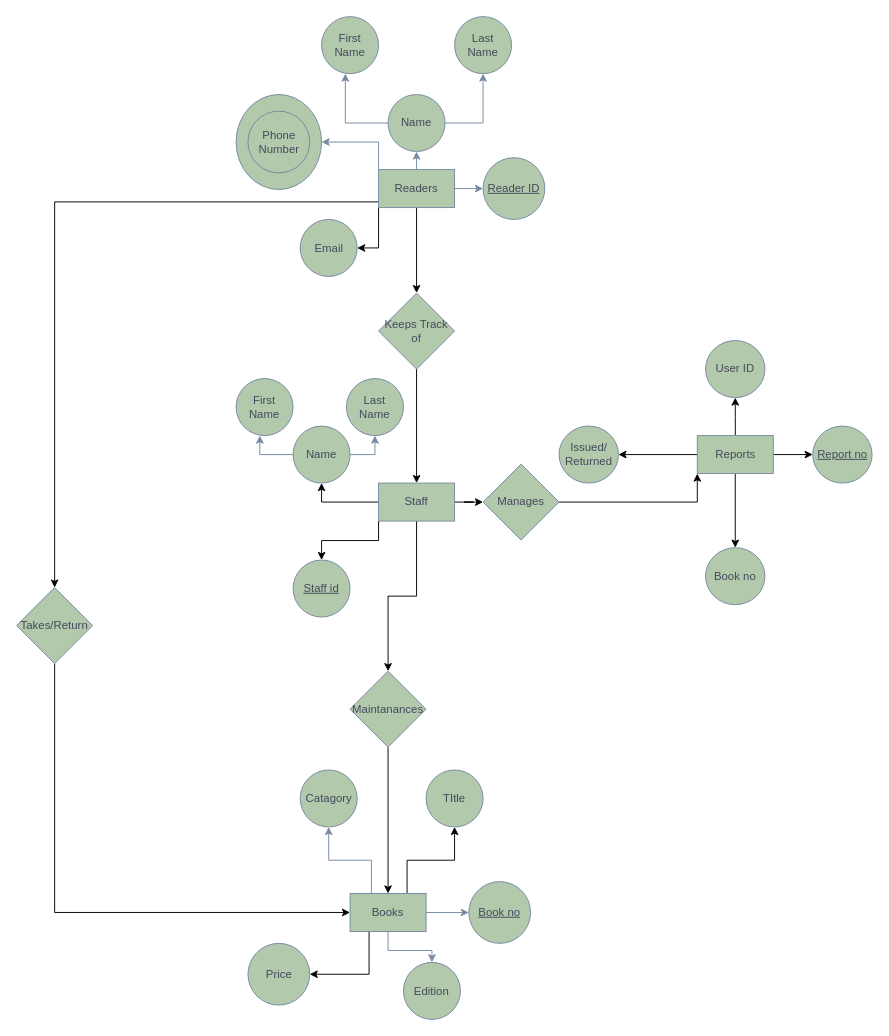
Before: DBMS Library Management System.drawio in Milkeybear14/DBMS-Assignment, a draw.io diagram. Source tidied: cells renumbered, new cells numbered last; positions are measured from the earlier drawing's top-left corner, leaving out a move shared by most shapes. Both pictures are drawn from the tidied source at 95%, with x=0, y=0 at pixel (16, 16).
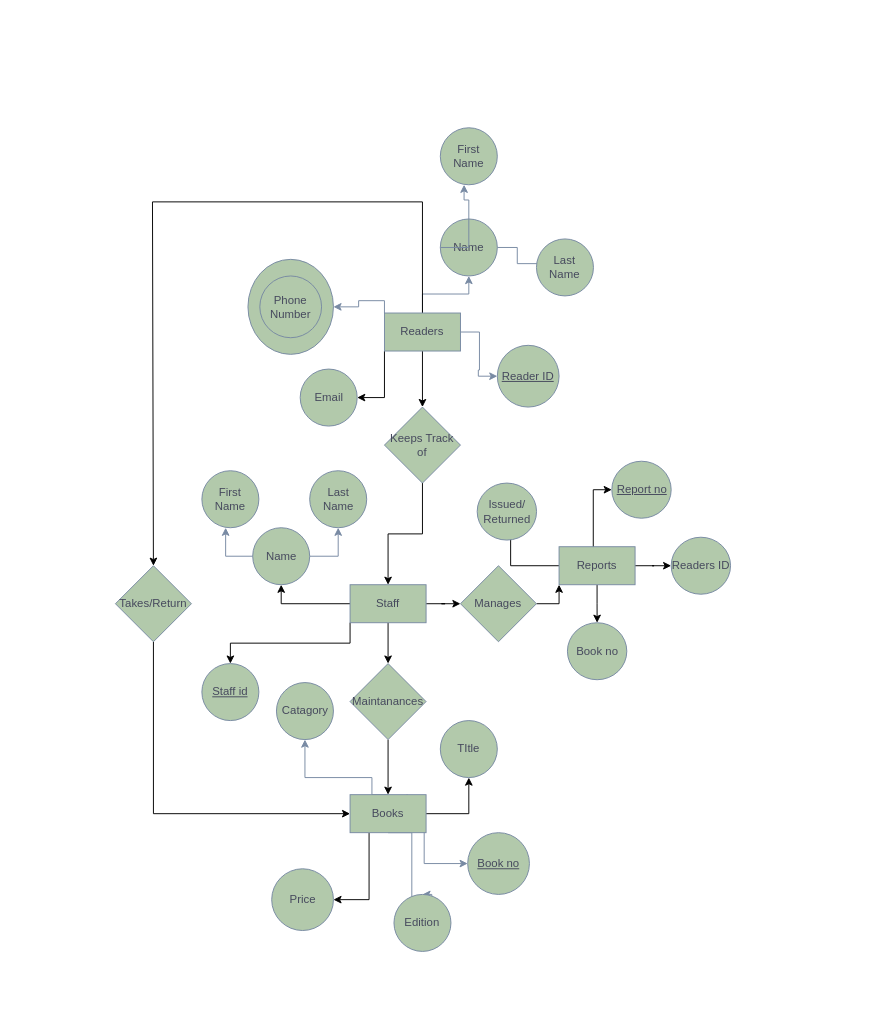
The same page after the edit.

Change to the diagram source:
```diff
@@
     <mxCell id="4" style="edgeStyle=orthogonalEdgeStyle;rounded=0;jettySize=auto;html=1;exitX=0;exitY=0;exitDx=0;exitDy=0;entryX=1;entryY=0.5;entryDx=0;entryDy=0;labelBackgroundColor=none;strokeColor=#788AA3;fontColor=default;" parent="1" edge="1" source="8" target="11">
-      <mxGeometry relative="1" as="geometry" />
+      <mxGeometry relative="1" as="geometry">
+        <Array as="points">
+          <mxPoint x="387" y="299" />
+          <mxPoint x="360" y="299" />
+          <mxPoint x="360" y="306" />
+        </Array>
+      </mxGeometry>
     </mxCell>
@@
     <mxCell id="7" style="edgeStyle=orthogonalEdgeStyle;rounded=0;jettySize=auto;html=1;entryX=1;entryY=0.5;entryDx=0;entryDy=0;" parent="1" edge="1" source="8" target="58">
       <mxGeometry relative="1" as="geometry">
         <Array as="points">
-          <mxPoint x="40" y="195" />
+          <mxPoint x="427" y="195" />
+          <mxPoint x="143" y="195" />
+          <mxPoint x="143" y="578" />
         </Array>
       </mxGeometry>
     </mxCell>
     <mxCell id="8" value="Readers" style="rounded=0;whiteSpace=wrap;html=1;labelBackgroundColor=none;fillColor=#B2C9AB;strokeColor=#788AA3;fontColor=#46495D;" parent="1" vertex="1">
-      <mxGeometry x="381" y="161" width="80" height="40" as="geometry" />
+      <mxGeometry x="387.2" y="312" width="80" height="40" as="geometry" />
     </mxCell>
     <mxCell id="9" value="Email" style="ellipse;whiteSpace=wrap;html=1;labelBackgroundColor=none;fillColor=#B2C9AB;strokeColor=#788AA3;fontColor=#46495D;" parent="1" vertex="1">
-      <mxGeometry x="298.5" y="213.5" width="60" height="60" as="geometry" />
+      <mxGeometry x="298.5" y="371" width="60" height="60" as="geometry" />
     </mxCell>
     <mxCell id="10" value="&lt;u&gt;Reader ID&lt;/u&gt;" style="ellipse;whiteSpace=wrap;html=1;labelBackgroundColor=none;fillColor=#B2C9AB;strokeColor=#788AA3;fontColor=#46495D;" parent="1" vertex="1">
-      <mxGeometry x="491" y="148.5" width="65" height="65" as="geometry" />
+      <mxGeometry x="506" y="346" width="65" height="65" as="geometry" />
     </mxCell>
     <mxCell id="11" style="ellipse;whiteSpace=wrap;html=1;labelBackgroundColor=none;fillColor=#B2C9AB;strokeColor=#788AA3;fontColor=#46495D;" parent="1" vertex="1">
-      <mxGeometry x="231" y="82" width="90" height="100" as="geometry" />
+      <mxGeometry x="243.5" y="255.5" width="90" height="100" as="geometry" />
     </mxCell>
     <mxCell id="12" style="edgeStyle=orthogonalEdgeStyle;rounded=0;jettySize=auto;html=1;exitX=1;exitY=0.5;exitDx=0;exitDy=0;entryX=0.5;entryY=1;entryDx=0;entryDy=0;labelBackgroundColor=none;strokeColor=#788AA3;fontColor=default;" parent="1" edge="1" source="13" target="15">
-      <mxGeometry relative="1" as="geometry" />
+      <mxGeometry relative="1" as="geometry">
+        <Array as="points">
+          <mxPoint x="527" y="243" />
+          <mxPoint x="527" y="260" />
+          <mxPoint x="577" y="260" />
+        </Array>
+      </mxGeometry>
     </mxCell>
     <mxCell id="13" value="Name" style="ellipse;whiteSpace=wrap;html=1;labelBackgroundColor=none;fillColor=#B2C9AB;strokeColor=#788AA3;fontColor=#46495D;" parent="1" vertex="1">
-      <mxGeometry x="391" y="82" width="60" height="60" as="geometry" />
+      <mxGeometry x="446" y="213" width="60" height="60" as="geometry" />
     </mxCell>
     <mxCell id="14" value="First Name" style="ellipse;whiteSpace=wrap;html=1;labelBackgroundColor=none;fillColor=#B2C9AB;strokeColor=#788AA3;fontColor=#46495D;" parent="1" vertex="1">
-      <mxGeometry x="321" width="60" height="60" as="geometry" />
+      <mxGeometry x="446" y="117" width="60" height="60" as="geometry" />
     </mxCell>
     <mxCell id="15" value="Last Name" style="ellipse;whiteSpace=wrap;html=1;labelBackgroundColor=none;fillColor=#B2C9AB;strokeColor=#788AA3;fontColor=#46495D;" parent="1" vertex="1">
-      <mxGeometry x="461" width="60" height="60" as="geometry" />
+      <mxGeometry x="547.2" y="234" width="60" height="60" as="geometry" />
     </mxCell>
     <mxCell id="16" style="edgeStyle=orthogonalEdgeStyle;rounded=0;jettySize=auto;html=1;exitX=0;exitY=0.5;exitDx=0;exitDy=0;entryX=0.417;entryY=1;entryDx=0;entryDy=0;entryPerimeter=0;labelBackgroundColor=none;strokeColor=#788AA3;fontColor=default;" parent="1" edge="1" source="13" target="14">
-      <mxGeometry relative="1" as="geometry" />
+      <mxGeometry relative="1" as="geometry">
+        <Array as="points">
+          <mxPoint x="476" y="243" />
+          <mxPoint x="476" y="193" />
+          <mxPoint x="471" y="193" />
+        </Array>
+      </mxGeometry>
     </mxCell>
     <mxCell id="17" value="Phone Number" style="ellipse;whiteSpace=wrap;html=1;labelBackgroundColor=none;fillColor=#B2C9AB;strokeColor=#788AA3;fontColor=#46495D;" parent="1" vertex="1">
-      <mxGeometry x="243.5" y="99.5" width="65" height="65" as="geometry" />
+      <mxGeometry x="256" y="273" width="65" height="65" as="geometry" />
     </mxCell>
@@
     <mxCell id="19" style="edgeStyle=orthogonalEdgeStyle;rounded=0;jettySize=auto;html=1;exitX=0.5;exitY=0;exitDx=0;exitDy=0;entryX=0.5;entryY=1;entryDx=0;entryDy=0;labelBackgroundColor=none;strokeColor=#788AA3;fontColor=default;" parent="1" edge="1" source="24" target="27">
       <mxGeometry relative="1" as="geometry">
         <Array as="points">
-          <mxPoint x="373.5" y="923" />
-          <mxPoint x="373.5" y="888" />
-          <mxPoint x="328.5" y="888" />
+          <mxPoint x="374" y="819" />
+          <mxPoint x="374" y="801" />
+          <mxPoint x="304" y="801" />
         </Array>
       </mxGeometry>
     </mxCell>
     <mxCell id="20" style="edgeStyle=orthogonalEdgeStyle;rounded=0;jettySize=auto;html=1;exitX=1;exitY=0.5;exitDx=0;exitDy=0;entryX=0;entryY=0.5;entryDx=0;entryDy=0;labelBackgroundColor=none;strokeColor=#788AA3;fontColor=default;" parent="1" edge="1" source="24" target="26">
-      <mxGeometry relative="1" as="geometry" />
+      <mxGeometry relative="1" as="geometry">
+        <Array as="points">
+          <mxPoint x="429" y="839" />
+          <mxPoint x="429" y="892" />
+        </Array>
+      </mxGeometry>
     </mxCell>
     <mxCell id="21" style="edgeStyle=orthogonalEdgeStyle;rounded=0;jettySize=auto;html=1;exitX=0.5;exitY=1;exitDx=0;exitDy=0;entryX=0.5;entryY=0;entryDx=0;entryDy=0;labelBackgroundColor=none;strokeColor=#788AA3;fontColor=default;" parent="1" edge="1" source="24" target="25">
-      <mxGeometry relative="1" as="geometry" />
+      <mxGeometry relative="1" as="geometry">
+        <Array as="points">
+          <mxPoint x="416" y="859" />
+          <mxPoint x="416" y="927" />
+          <mxPoint x="437" y="927" />
+        </Array>
+      </mxGeometry>
     </mxCell>
@@
     <mxCell id="23" style="edgeStyle=orthogonalEdgeStyle;rounded=0;jettySize=auto;html=1;exitX=0.75;exitY=0;exitDx=0;exitDy=0;entryX=0.5;entryY=1;entryDx=0;entryDy=0;" parent="1" edge="1" source="24" target="30">
-      <mxGeometry relative="1" as="geometry" />
+      <mxGeometry relative="1" as="geometry">
+        <Array as="points">
+          <mxPoint x="411" y="839" />
+          <mxPoint x="476" y="839" />
+        </Array>
+      </mxGeometry>
     </mxCell>
     <mxCell id="24" value="Books" style="rounded=0;whiteSpace=wrap;html=1;labelBackgroundColor=none;fillColor=#B2C9AB;strokeColor=#788AA3;fontColor=#46495D;" parent="1" vertex="1">
-      <mxGeometry x="351" y="923" width="80" height="40" as="geometry" />
+      <mxGeometry x="351" y="819" width="80" height="40" as="geometry" />
     </mxCell>
     <mxCell id="25" value="Edition" style="ellipse;whiteSpace=wrap;html=1;labelBackgroundColor=none;fillColor=#B2C9AB;strokeColor=#788AA3;fontColor=#46495D;" parent="1" vertex="1">
-      <mxGeometry x="407.2" y="995.5" width="60" height="60" as="geometry" />
+      <mxGeometry x="397.2" y="924" width="60" height="60" as="geometry" />
     </mxCell>
     <mxCell id="26" value="&lt;u&gt;Book no&lt;/u&gt;" style="ellipse;whiteSpace=wrap;html=1;labelBackgroundColor=none;fillColor=#B2C9AB;strokeColor=#788AA3;fontColor=#46495D;" parent="1" vertex="1">
-      <mxGeometry x="476" y="910.5" width="65" height="65" as="geometry" />
+      <mxGeometry x="474.8" y="859" width="65" height="65" as="geometry" />
     </mxCell>
     <mxCell id="27" value="Catagory" style="ellipse;whiteSpace=wrap;html=1;labelBackgroundColor=none;fillColor=#B2C9AB;strokeColor=#788AA3;fontColor=#46495D;" parent="1" vertex="1">
-      <mxGeometry x="298.5" y="793" width="60" height="60" as="geometry" />
+      <mxGeometry x="273.5" y="701" width="60" height="60" as="geometry" />
     </mxCell>
     <mxCell id="28" value="Price" style="ellipse;whiteSpace=wrap;html=1;labelBackgroundColor=none;fillColor=#B2C9AB;strokeColor=#788AA3;fontColor=#46495D;" parent="1" vertex="1">
-      <mxGeometry x="243.5" y="975.5" width="65" height="65" as="geometry" />
+      <mxGeometry x="268.5" y="897" width="65" height="65" as="geometry" />
     </mxCell>
@@
     <mxCell id="30" value="TItle" style="ellipse;whiteSpace=wrap;html=1;labelBackgroundColor=none;fillColor=#B2C9AB;strokeColor=#788AA3;fontColor=#46495D;" parent="1" vertex="1">
-      <mxGeometry x="431" y="793" width="60" height="60" as="geometry" />
+      <mxGeometry x="446" y="741" width="60" height="60" as="geometry" />
     </mxCell>
@@
     <mxCell id="35" value="Staff" style="rounded=0;whiteSpace=wrap;html=1;labelBackgroundColor=none;fillColor=#B2C9AB;strokeColor=#788AA3;fontColor=#46495D;" parent="1" vertex="1">
-      <mxGeometry x="381" y="491" width="80" height="40" as="geometry" />
+      <mxGeometry x="351" y="598" width="80" height="40" as="geometry" />
     </mxCell>
@@
     <mxCell id="37" value="Name" style="ellipse;whiteSpace=wrap;html=1;labelBackgroundColor=none;fillColor=#B2C9AB;strokeColor=#788AA3;fontColor=#46495D;" parent="1" vertex="1">
-      <mxGeometry x="291" y="431" width="60" height="60" as="geometry" />
+      <mxGeometry x="248.5" y="538" width="60" height="60" as="geometry" />
     </mxCell>
     <mxCell id="38" value="First Name" style="ellipse;whiteSpace=wrap;html=1;labelBackgroundColor=none;fillColor=#B2C9AB;strokeColor=#788AA3;fontColor=#46495D;" parent="1" vertex="1">
-      <mxGeometry x="231" y="381" width="60" height="60" as="geometry" />
+      <mxGeometry x="195" y="478" width="60" height="60" as="geometry" />
     </mxCell>
     <mxCell id="39" value="Last Name" style="ellipse;whiteSpace=wrap;html=1;labelBackgroundColor=none;fillColor=#B2C9AB;strokeColor=#788AA3;fontColor=#46495D;" parent="1" vertex="1">
-      <mxGeometry x="347.2" y="381" width="60" height="60" as="geometry" />
+      <mxGeometry x="308.5" y="478" width="60" height="60" as="geometry" />
     </mxCell>
@@
     <mxCell id="41" value="&lt;u&gt;Staff id&lt;/u&gt;" style="ellipse;whiteSpace=wrap;html=1;fillColor=#B2C9AB;strokeColor=#788AA3;fontColor=#46495D;rounded=0;labelBackgroundColor=none;" parent="1" vertex="1">
-      <mxGeometry x="291" y="572" width="60" height="60" as="geometry" />
+      <mxGeometry x="195" y="681" width="60" height="60" as="geometry" />
     </mxCell>
@@
     <mxCell id="43" style="edgeStyle=orthogonalEdgeStyle;rounded=0;jettySize=auto;html=1;exitX=0;exitY=0.5;exitDx=0;exitDy=0;entryX=1;entryY=0.5;entryDx=0;entryDy=0;" parent="1" edge="1" source="46" target="48">
-      <mxGeometry relative="1" as="geometry" />
+      <mxGeometry relative="1" as="geometry">
+        <Array as="points">
+          <mxPoint x="520" y="578" />
+          <mxPoint x="520" y="521" />
+        </Array>
+      </mxGeometry>
     </mxCell>
@@
     <mxCell id="45" style="edgeStyle=orthogonalEdgeStyle;rounded=0;jettySize=auto;html=1;exitX=1;exitY=0.5;exitDx=0;exitDy=0;entryX=0;entryY=0.5;entryDx=0;entryDy=0;" parent="1" edge="1" source="46" target="50">
-      <mxGeometry relative="1" as="geometry" />
+      <mxGeometry relative="1" as="geometry">
+        <Array as="points">
+          <mxPoint x="617" y="578" />
+          <mxPoint x="617" y="559" />
+          <mxPoint x="607" y="559" />
+        </Array>
+      </mxGeometry>
     </mxCell>
     <mxCell id="46" value="Reports" style="rounded=0;whiteSpace=wrap;html=1;labelBackgroundColor=none;fillColor=#B2C9AB;strokeColor=#788AA3;fontColor=#46495D;" parent="1" vertex="1">
-      <mxGeometry x="716.5" y="441" width="80" height="40" as="geometry" />
+      <mxGeometry x="571" y="558" width="80" height="40" as="geometry" />
     </mxCell>
-    <mxCell id="47" value="User ID" style="ellipse;whiteSpace=wrap;html=1;fillColor=#B2C9AB;strokeColor=#788AA3;fontColor=#46495D;rounded=0;labelBackgroundColor=none;" parent="1" vertex="1">
-      <mxGeometry x="725.2" y="341" width="62.5" height="60" as="geometry" />
+    <mxCell id="47" value="Readers ID" style="ellipse;whiteSpace=wrap;html=1;fillColor=#B2C9AB;strokeColor=#788AA3;fontColor=#46495D;rounded=0;labelBackgroundColor=none;" parent="1" vertex="1">
+      <mxGeometry x="689" y="548" width="62.5" height="60" as="geometry" />
     </mxCell>
     <mxCell id="48" value="Issued/ Returned" style="ellipse;whiteSpace=wrap;html=1;fillColor=#B2C9AB;strokeColor=#788AA3;fontColor=#46495D;rounded=0;labelBackgroundColor=none;" parent="1" vertex="1">
-      <mxGeometry x="571" y="431" width="62.5" height="60" as="geometry" />
+      <mxGeometry x="484.8" y="491" width="62.5" height="60" as="geometry" />
     </mxCell>
     <mxCell id="49" value="Book no" style="ellipse;whiteSpace=wrap;html=1;fillColor=#B2C9AB;strokeColor=#788AA3;fontColor=#46495D;rounded=0;labelBackgroundColor=none;" parent="1" vertex="1">
-      <mxGeometry x="725.2" y="559" width="62.5" height="60" as="geometry" />
+      <mxGeometry x="579.8" y="638" width="62.5" height="60" as="geometry" />
     </mxCell>
     <mxCell id="50" value="&lt;u&gt;Report no&lt;/u&gt;" style="ellipse;whiteSpace=wrap;html=1;fillColor=#B2C9AB;strokeColor=#788AA3;fontColor=#46495D;rounded=0;labelBackgroundColor=none;" parent="1" vertex="1">
-      <mxGeometry x="838" y="431" width="62.5" height="60" as="geometry" />
+      <mxGeometry x="626.5" y="468" width="62.5" height="60" as="geometry" />
     </mxCell>
@@
     <mxCell id="52" value="Manages" style="rhombus;whiteSpace=wrap;html=1;fillColor=#B2C9AB;strokeColor=#788AA3;fontColor=#46495D;rounded=0;labelBackgroundColor=none;" parent="1" vertex="1">
-      <mxGeometry x="491" y="471" width="80" height="80" as="geometry" />
+      <mxGeometry x="467.2" y="578" width="80" height="80" as="geometry" />
     </mxCell>
@@
     <mxCell id="54" value="Keeps Track of" style="rhombus;whiteSpace=wrap;html=1;fillColor=#B2C9AB;strokeColor=#788AA3;fontColor=#46495D;rounded=0;labelBackgroundColor=none;" parent="1" vertex="1">
-      <mxGeometry x="381" y="291" width="80" height="80" as="geometry" />
+      <mxGeometry x="387.2" y="411" width="80" height="80" as="geometry" />
     </mxCell>
@@
     <mxCell id="56" value="Maintanances" style="rhombus;whiteSpace=wrap;html=1;fillColor=#B2C9AB;strokeColor=#788AA3;fontColor=#46495D;rounded=0;labelBackgroundColor=none;direction=west;" parent="1" vertex="1">
-      <mxGeometry x="351" y="689" width="80" height="80" as="geometry" />
+      <mxGeometry x="351" y="681" width="80" height="80" as="geometry" />
     </mxCell>
@@
     <mxCell id="58" value="Takes/Return" style="rhombus;whiteSpace=wrap;html=1;fillColor=#B2C9AB;strokeColor=#788AA3;fontColor=#46495D;rounded=0;labelBackgroundColor=none;direction=north;" parent="1" vertex="1">
-      <mxGeometry y="601" width="80" height="80" as="geometry" />
+      <mxGeometry x="104" y="578" width="80" height="80" as="geometry" />
     </mxCell>
```
